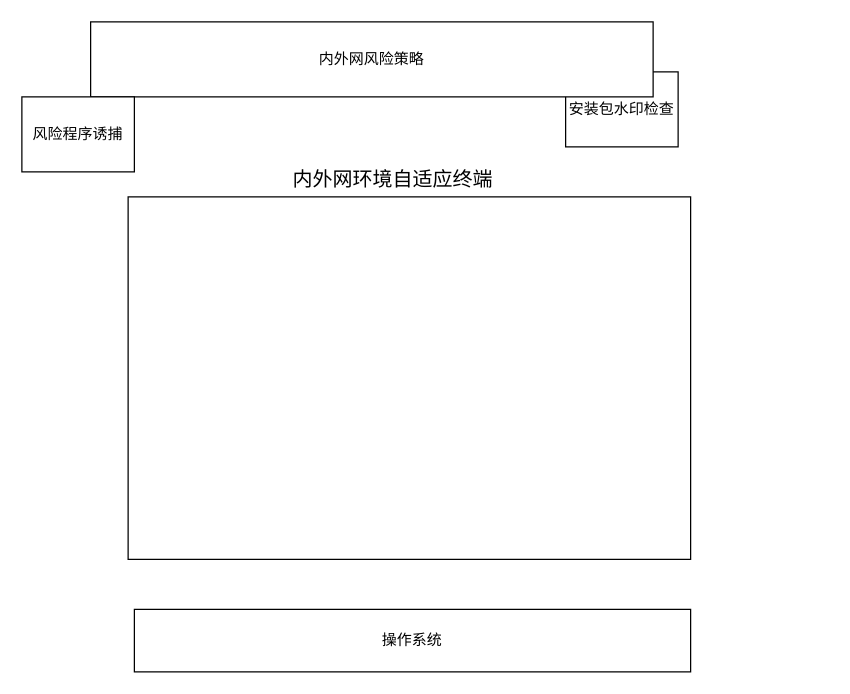
Before: drawio/dns.drawio in raingnight/Blog_Pic, a draw.io diagram. Source tidied: cells renumbered, new cells numbered last; positions are measured from the earlier drawing's top-left corner, leaving out a move shared by most shapes. Both pictures are drawn from the tidied source at 125%, with x=0, y=0 at pixel (21, 21).
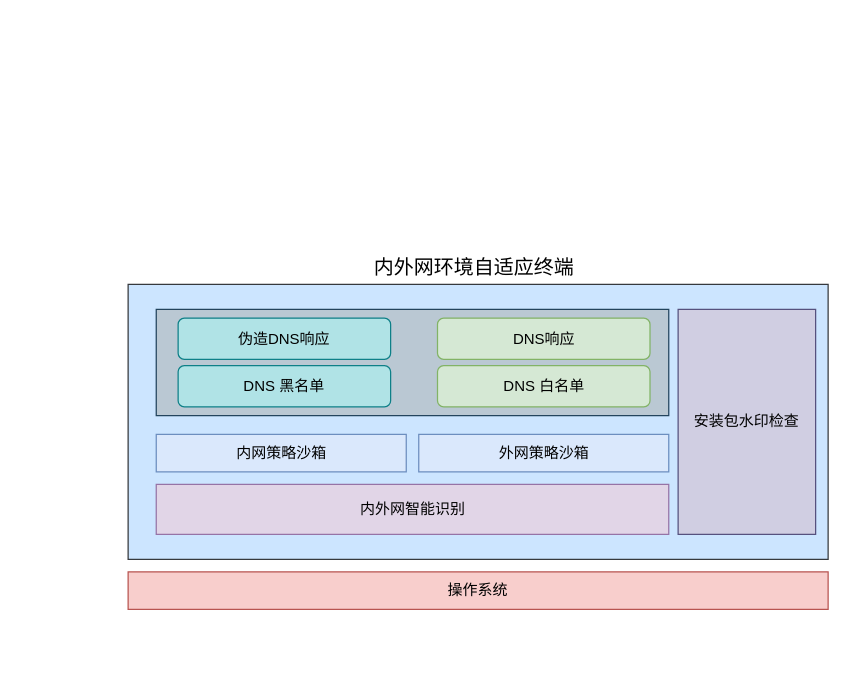
After the change.

What changed in the source:
```diff
@@
 <mxGraphModel>
   <root>
     <mxCell id="0" />
     <mxCell id="1" parent="0" />
+    <mxCell id="3" style="rounded=0;whiteSpace=wrap;html=1;fillColor=#cce5ff;strokeColor=#36393d;" parent="1" vertex="1">
+      <mxGeometry x="85" y="210" width="560" height="220" as="geometry" />
+    </mxCell>
-    <mxCell id="2" value="安装包水印检查" style="rounded=0;whiteSpace=wrap;html=1;" parent="1" vertex="1">
-      <mxGeometry x="435" y="40" width="90" height="60" as="geometry" />
+    <mxCell id="2" value="安装包水印检查" style="rounded=0;whiteSpace=wrap;html=1;fillColor=#d0cee2;strokeColor=#56517e;" parent="1" vertex="1">
+      <mxGeometry x="525" y="230" width="110" height="180" as="geometry" />
     </mxCell>
-    <mxCell id="3" style="rounded=0;whiteSpace=wrap;html=1;" parent="1" vertex="1">
-      <mxGeometry x="85" y="140" width="450" height="290" as="geometry" />
-    </mxCell>
-    <mxCell id="4" value="内外网风险策略" style="rounded=0;whiteSpace=wrap;html=1;" parent="1" vertex="1">
-      <mxGeometry x="55" width="450" height="60" as="geometry" />
+    <mxCell id="4" value="内外网智能识别" style="rounded=0;whiteSpace=wrap;html=1;fillColor=#e1d5e7;strokeColor=#9673a6;" parent="1" vertex="1">
+      <mxGeometry x="107.5" y="370" width="410" height="40" as="geometry" />
     </mxCell>
-    <mxCell id="5" value="风险程序诱捕" style="rounded=0;whiteSpace=wrap;html=1;" parent="1" vertex="1">
-      <mxGeometry y="60" width="90" height="60" as="geometry" />
-    </mxCell>
     <mxCell id="6" value="&lt;span style=&quot;font-size:12.0pt;font-family:仿宋;&#10;mso-bidi-font-family:仿宋;mso-font-kerning:1.0pt;mso-ansi-language:EN-US;&#10;mso-fareast-language:ZH-CN;mso-bidi-language:AR-SA&quot;&gt;内外网环境自适应终端&lt;/span&gt;" style="text;whiteSpace=wrap;html=1;" parent="1" vertex="1">
-      <mxGeometry x="215" y="110" width="170" height="30" as="geometry" />
+      <mxGeometry x="280" y="180" width="170" height="30" as="geometry" />
     </mxCell>
-    <mxCell id="7" value="操作系统" style="rounded=0;whiteSpace=wrap;html=1;" parent="1" vertex="1">
-      <mxGeometry x="90" y="470" width="445" height="50" as="geometry" />
+    <mxCell id="7" value="操作系统" style="rounded=0;whiteSpace=wrap;html=1;fillColor=#f8cecc;strokeColor=#b85450;" parent="1" vertex="1">
+      <mxGeometry x="85" y="440" width="560" height="30" as="geometry" />
     </mxCell>
+    <mxCell id="8" value="内网策略沙箱" style="rounded=0;whiteSpace=wrap;html=1;fillColor=#dae8fc;strokeColor=#6c8ebf;" parent="1" vertex="1">
+      <mxGeometry x="107.5" y="330" width="200" height="30" as="geometry" />
+    </mxCell>
+    <mxCell id="9" value="外网策略沙箱" style="rounded=0;whiteSpace=wrap;html=1;fillColor=#dae8fc;strokeColor=#6c8ebf;" parent="1" vertex="1">
+      <mxGeometry x="317.5" y="330" width="200" height="30" as="geometry" />
+    </mxCell>
+    <mxCell id="10" style="rounded=0;whiteSpace=wrap;html=1;fillColor=#bac8d3;strokeColor=#23445d;" parent="1" vertex="1">
+      <mxGeometry x="107.5" y="230" width="410" height="85" as="geometry" />
+    </mxCell>
+    <mxCell id="11" value="DNS 黑名单" style="rounded=1;whiteSpace=wrap;html=1;fillColor=#b0e3e6;strokeColor=#0e8088;" parent="1" vertex="1">
+      <mxGeometry x="125" y="275" width="170" height="33" as="geometry" />
+    </mxCell>
+    <mxCell id="12" value="伪造DNS响应" style="rounded=1;whiteSpace=wrap;html=1;fillColor=#b0e3e6;strokeColor=#0e8088;" parent="1" vertex="1">
+      <mxGeometry x="125" y="237" width="170" height="33" as="geometry" />
+    </mxCell>
+    <mxCell id="13" value="DNS响应" style="rounded=1;whiteSpace=wrap;html=1;fillColor=#d5e8d4;strokeColor=#82b366;" parent="1" vertex="1">
+      <mxGeometry x="332.5" y="237" width="170" height="33" as="geometry" />
+    </mxCell>
+    <mxCell id="14" value="DNS 白名单" style="rounded=1;whiteSpace=wrap;html=1;fillColor=#d5e8d4;strokeColor=#82b366;" parent="1" vertex="1">
+      <mxGeometry x="332.5" y="275" width="170" height="33" as="geometry" />
+    </mxCell>
   </root>
 </mxGraphModel>
```
